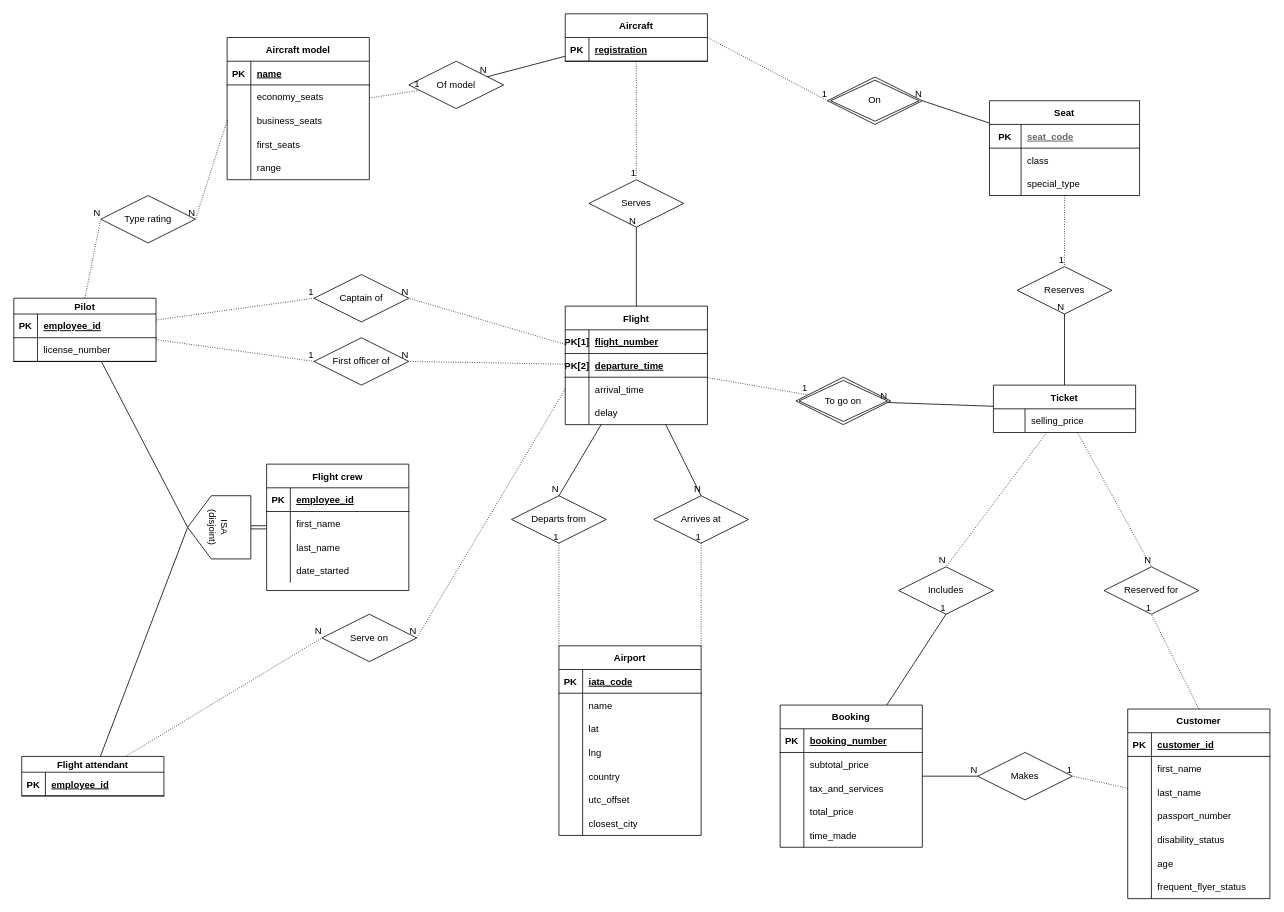
Earlier version of the draw.io diagram Airline system ER diagram.drawio (lyulka/comp3278). Source tidied: cells renumbered, new cells numbered last; positions are measured from the earlier drawing's top-left corner, leaving out a move shared by most shapes. Both pictures are drawn from the tidied source at 79%, with x=0, y=0 at pixel (13, 13).
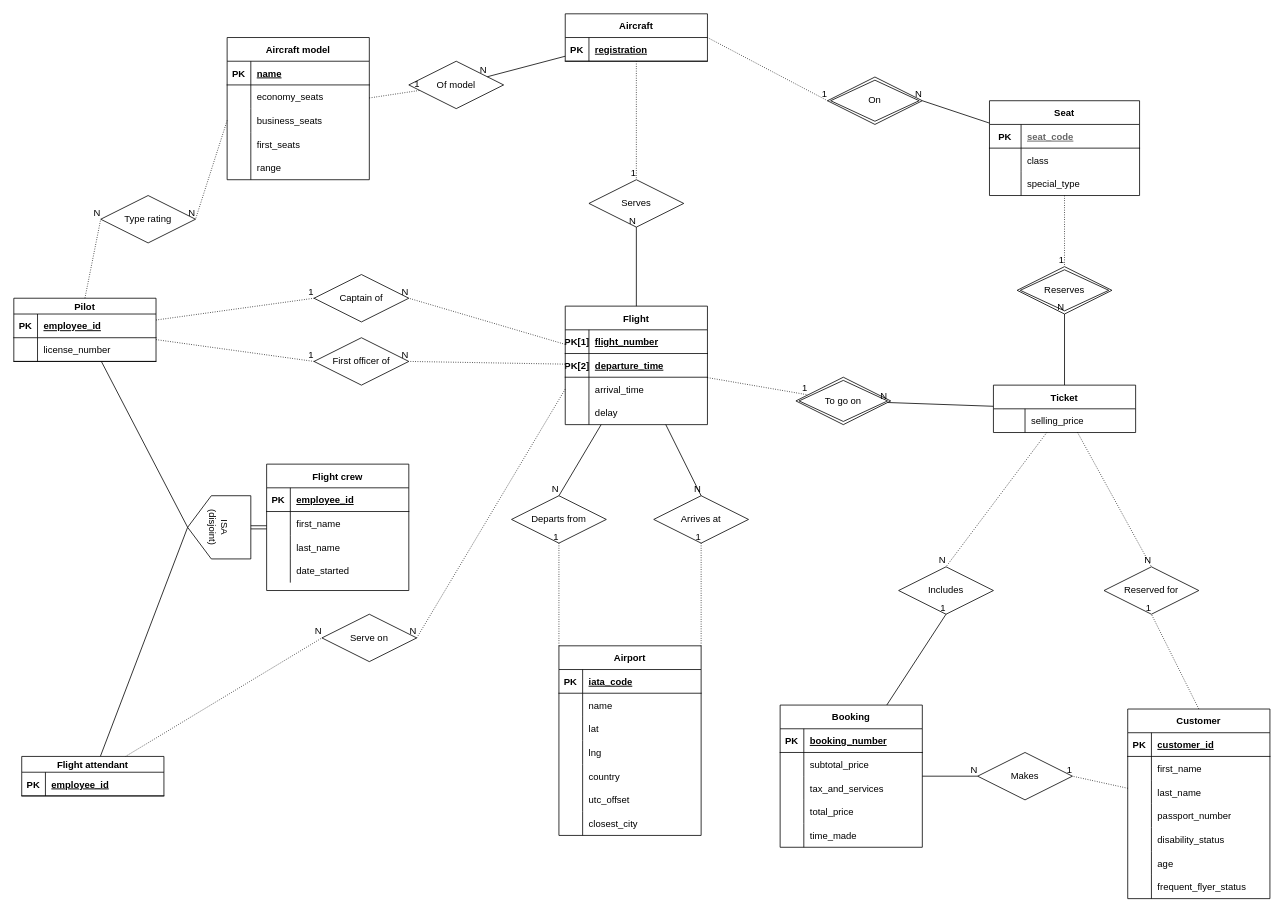
After the change.

Commit message:
Made seat-ticket an identifying relationship

Unchanged cells that the change refers to:
```xml
<mxCell id="178" value="Ticket" style="shape=table;startSize=30;childLayout=tableLayout;rowLines=0;fontStyle=1;align=center;" parent="1" vertex="1">
  <mxGeometry x="1240" y="470" width="180" height="60" as="geometry" />
</mxCell>
<mxCell id="198" value="Seat" style="shape=table;startSize=30;childLayout=tableLayout;rowLines=0;fontStyle=1;align=center;" parent="1" vertex="1">
  <mxGeometry x="1235" y="110" width="190" height="120" as="geometry" />
</mxCell>
```

Diff of the diagram source:
```diff
@@
+    <mxCell id="147" value="Reserves" style="shape=rhombus;double=1;perimeter=rhombusPerimeter;whiteSpace=wrap;html=1;align=center;" parent="1" vertex="1">
+      <mxGeometry x="1270" y="320" width="120" height="60" as="geometry" />
+    </mxCell>
@@
-    <mxCell id="126" style="endArrow=none;html=1;rounded=0;dashed=1;dashPattern=1 2;entryX=0.5;entryY=0;entryDx=0;entryDy=0;" parent="1" edge="1" source="198" target="147">
+    <mxCell id="126" style="endArrow=none;html=1;rounded=0;dashed=1;dashPattern=1 2;" parent="1" edge="1" source="198" target="147">
       <mxGeometry relative="1" as="geometry" />
     </mxCell>
@@
-    <mxCell id="147" value="Reserves" style="shape=rhombus;perimeter=rhombusPerimeter;whiteSpace=wrap;html=1;align=center;" parent="1" vertex="1">
-      <mxGeometry x="1270" y="320" width="120" height="60" as="geometry" />
-    </mxCell>
@@
-    <mxCell id="170" style="endArrow=none;html=1;rounded=0;fontColor=#000000;entryX=0.5;entryY=1;entryDx=0;entryDy=0;" parent="1" edge="1" source="178" target="147">
+    <mxCell id="170" style="endArrow=none;html=1;rounded=0;fontColor=#000000;" parent="1" edge="1" source="178" target="147">
       <mxGeometry relative="1" as="geometry" />
     </mxCell>
```
